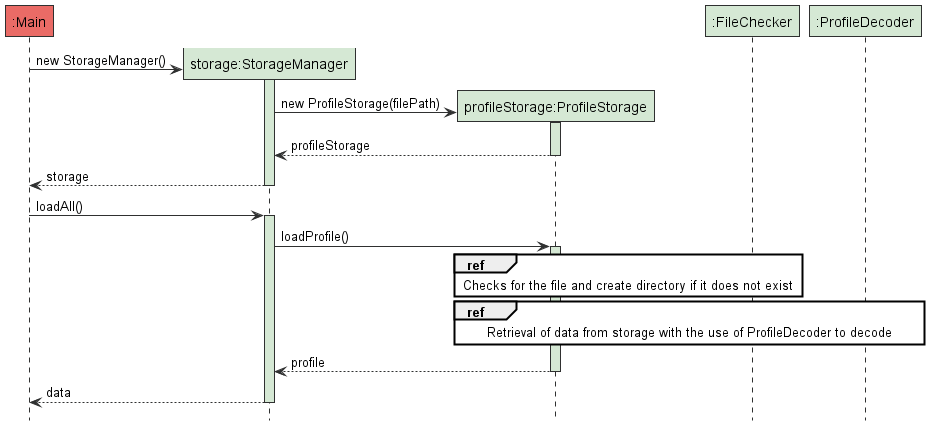
Before: docs/images/StorageManagerLoadSequenceDiagram.png, a diagram exported from PlantUML (tryyang2001/tp). Its source is kept beside it as docs/diagrams/StorageManagerLoadSequenceDiagram.puml.
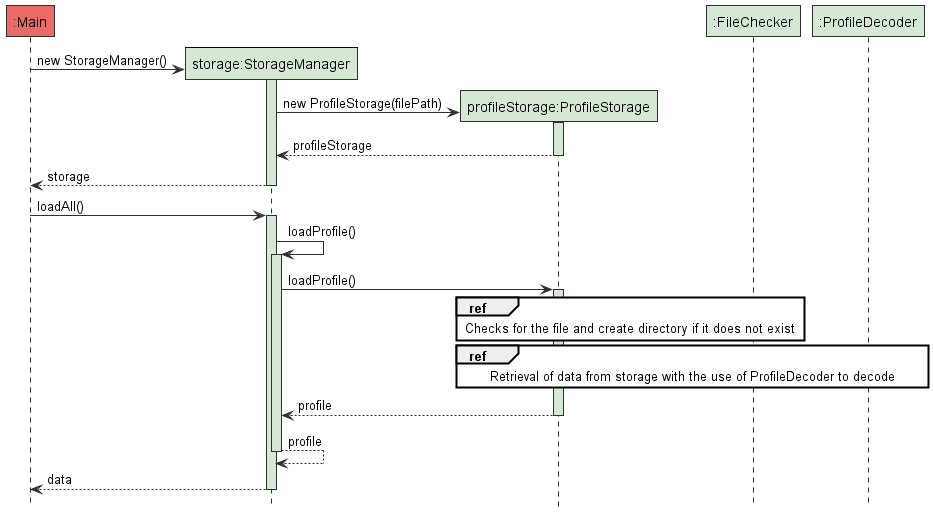
The same file after the commit.

The edit, as a diff of the source:
```diff
@@ -2,10 +2,12 @@
 
 !include style.puml
 hide footbox
+skinparam ParticipantPadding 1
 
 participant ":Main" As Main MAIN_COLOUR
 participant "storage:StorageManager" As StorageManager STORAGE_COLOUR
 participant "profileStorage:ProfileStorage" As ProfileStorage STORAGE_COLOUR
+
 
 create "storage:StorageManager" As StorageManager STORAGE_COLOUR
 Main -> StorageManager **: new StorageManager()
@@ -20,7 +22,9 @@
 
 
 Main -> StorageManager: loadAll()
+
 activate StorageManager STORAGE_COLOUR
+    StorageManager -> StorageManager ++ STORAGE_COLOUR : loadProfile()
     StorageManager -> ProfileStorage : loadProfile()
     activate ProfileStorage STORAGE_COLOUR
         participant ":FileChecker" As FileChecker STORAGE_COLOUR
@@ -33,7 +37,9 @@
         end ref
         ProfileStorage --> StorageManager:profile
     deactivate
+    StorageManager --> StorageManager -- :profile
     StorageManager --> Main: data
 deactivate
 
+
 @enduml
```
